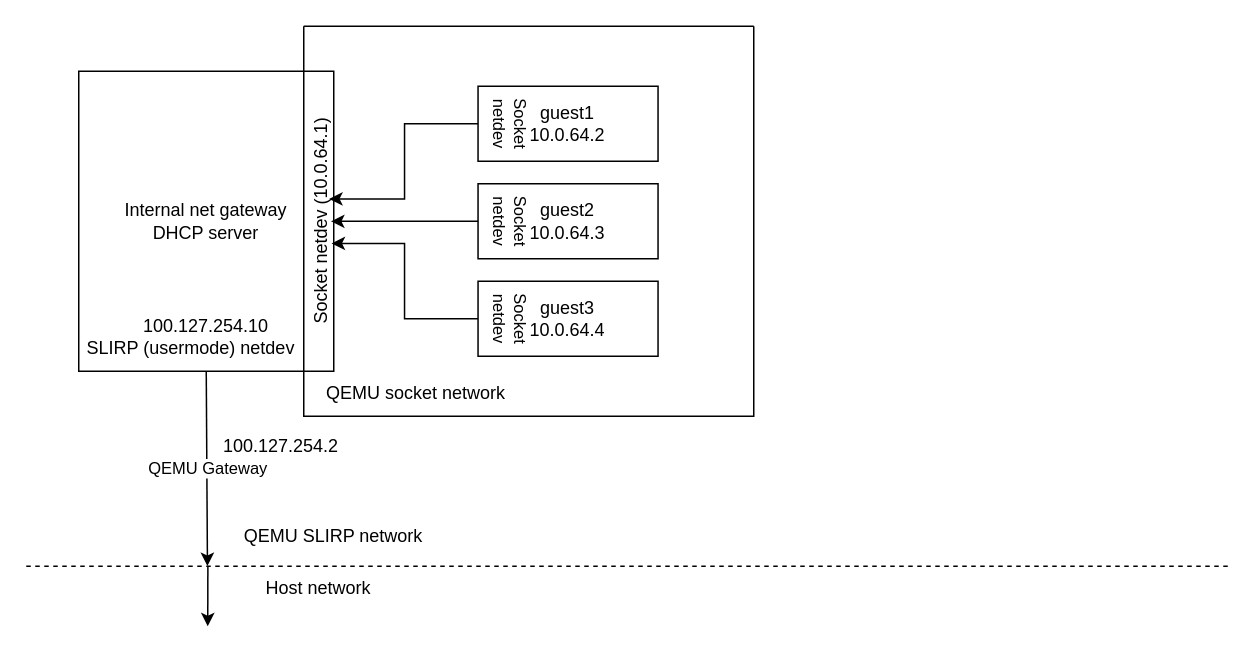
loliting/VirtualSlides keeps this draw.io diagram as docs/Internal net diagram.drawio. Above is the earlier version. Source tidied: cells renumbered, new cells numbered last; positions are measured from the earlier drawing's top-left corner, leaving out a move shared by most shapes. Both pictures are drawn from the tidied source at 150%, with x=0, y=0 at pixel (26, 26).
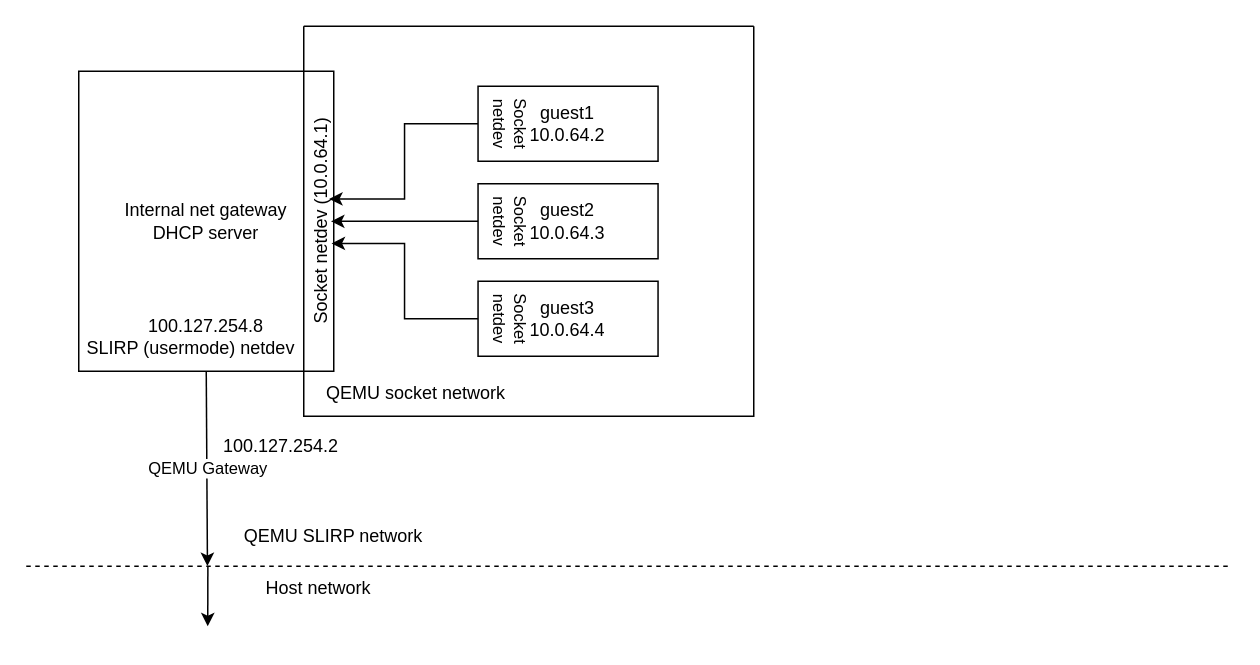
After the change.

Commit message:
docs: update internal net diagram with real ip addresses

Change to the diagram source:
```diff
@@
-<mxGraphModel background="#ffffff">
+<mxGraphModel>
@@
-    <mxCell id="21" value="100.127.254.10" style="text;html=1;strokeColor=none;fillColor=none;align=center;verticalAlign=middle;whiteSpace=wrap;rounded=0;" parent="1" vertex="1">
+    <mxCell id="21" value="100.127.254.8" style="text;html=1;strokeColor=none;fillColor=none;align=center;verticalAlign=middle;whiteSpace=wrap;rounded=0;" parent="1" vertex="1">
       <mxGeometry x="65" y="190" width="110" height="20" as="geometry" />
     </mxCell>
```
